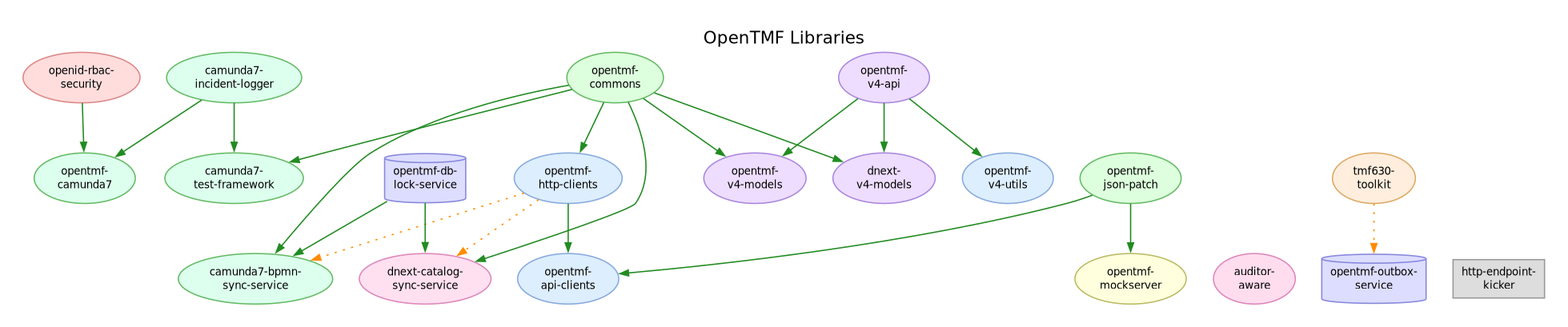
opentmf/opentmf-versions keeps this PlantUML diagram as module-dependencies.png. Above is the earlier version. Its source is kept beside it as module-dependencies.puml.
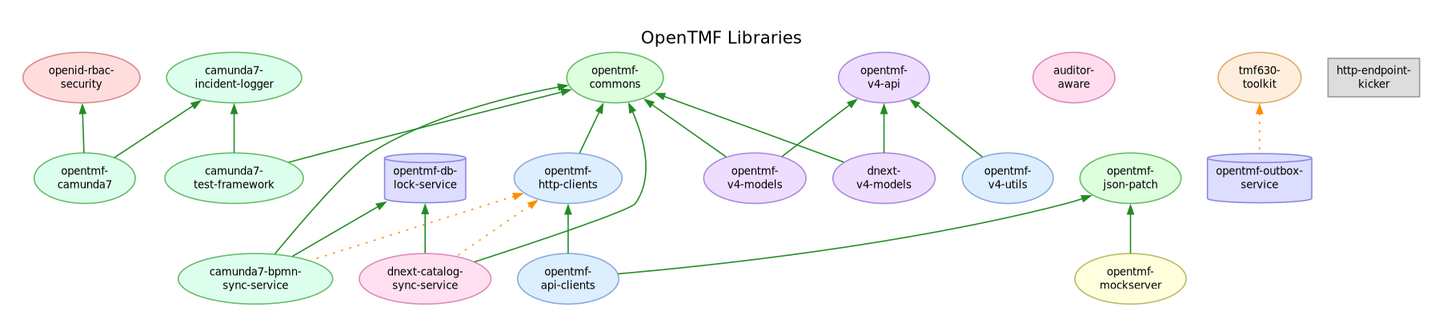
The same file after the commit.

Commit message:
docs: aim the module diagram's arrows at the dependency, seat edgeless nodes

What changed in the source:
```diff
@@ -16,16 +16,19 @@
      was what turned this diagram into spaghetti: 35 crossing edge-pairs,
      against 3 here.
 
-     Direction: a library sits ABOVE the libraries that consume it
-     (opentmf-v4-api above opentmf-v4-utils), and the arrow flows DOWN into
-     the consumer — it reads "is used by". So edges are declared
-     dependency -> dependent, which is the direction dot derives the row
-     order from. Two things that both look like shortcuts and are not:
-     reversing a declaration moves the node to the other row as well, and
-     `dir=back` turns the arrowhead around while leaving the rows put. */
+     Direction — the two halves are set by two SEPARATE knobs, which is why
+     they kept getting swapped for each other:
+       * ROW ORDER comes from the edge declaration. Declared
+         dependency -> dependent, so a library sits ABOVE everything that
+         consumes it (openid-rbac-security above opentmf-camunda7).
+       * ARROWHEAD comes from `dir=back`, which puts the head on the tail
+         end. The arrow therefore points UP, from the dependent to what it
+         needs, and reads "depends on" (opentmf-camunda7 -> openid-rbac-security).
+     Reversing a declaration to aim an arrow will move the node to the other
+     row as well. Change the arrows with dir, the rows with the declaration. */
 
   node [fontsize=10, fontname="Helvetica", style=filled, penwidth=1.2];
-  edge [penwidth=1.2, arrowsize=0.8];
+  edge [penwidth=1.2, arrowsize=0.8, dir=back];
 
   incident    [label="camunda7-\nincident-logger", shape=ellipse,  fillcolor="#DDFFEE", color="#66BB66"];
   security    [label="openid-rbac-\nsecurity",     shape=ellipse,  fillcolor="#FFDDDD", color="#DD8888"];
@@ -48,10 +51,15 @@
   jsonpatch   [label="opentmf-\njson-patch",       shape=ellipse,  fillcolor="#DDFFDD", color="#66BB66"];
   outbox      [label="opentmf-outbox-\nservice",   shape=cylinder, fillcolor="#DDDDFF", color="#8888DD"];
 
-  /* Standalone artifacts (nothing depends on them, they depend on nothing):
-     park them on the bottom rank rather than let them pad out the top row of
-     foundational libraries. */
-  { rank=max; auditor; kicker; }
+  /* auditor-aware and http-endpoint-kicker have no OpenTMF dependencies and
+     nothing here depends on them, so they are edgeless and dot may drop them
+     anywhere. rank=min states the true fact — they depend on nothing — and
+     seats them in the top row with the other dependency-free libraries.
+     (Do not reach for pack=true to tighten the diagram: it packs each
+     connected component separately, ignores this pin for single-node
+     components, and drops them into whatever gap it finds, where they read
+     as attached to a neighbour they have no edge to.) */
+  { rank=min; auditor; kicker; }
 
   /* ── Compile (solid green) ── */
   edge [style=solid, color="#228B22"];
```
